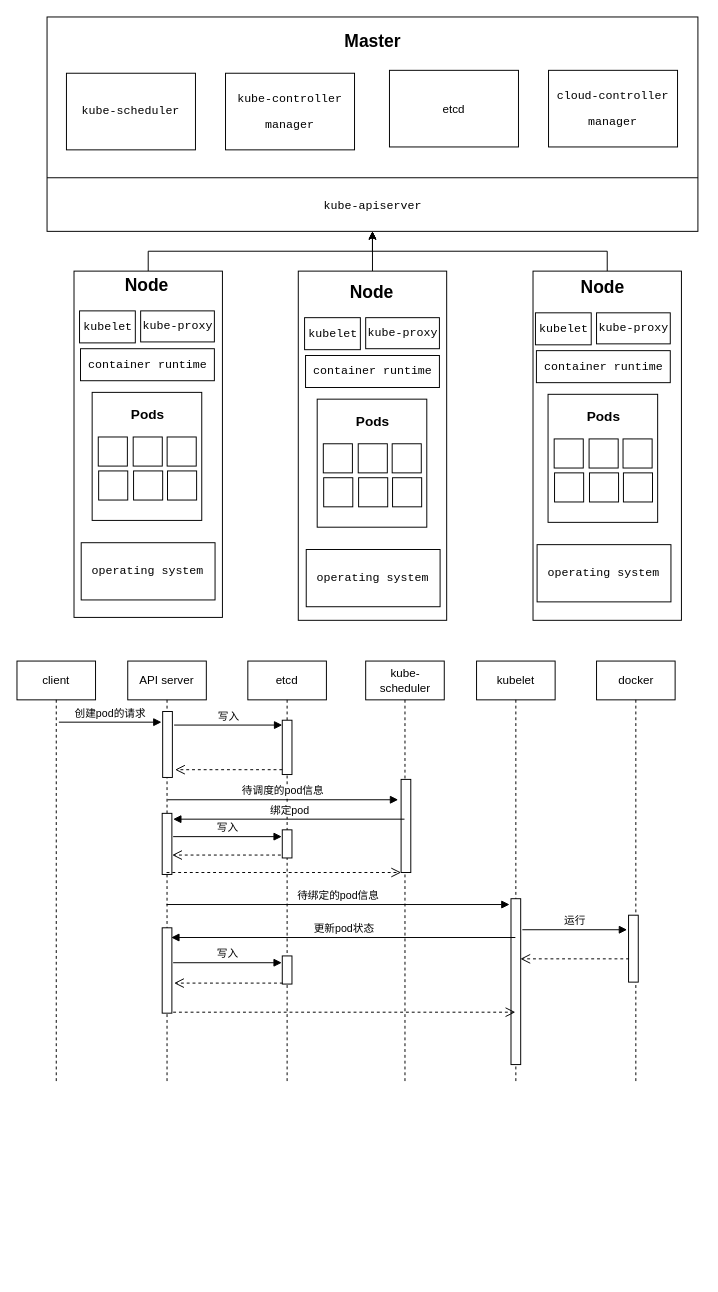
The draw.io diagram graduation_thesis.drawio in lmqqqqqq/drawio, before the edit. Source tidied: cells renumbered, new cells numbered last; positions are measured from the earlier drawing's top-left corner, leaving out a move shared by most shapes. Both pictures are drawn from the tidied source at 97%, with x=0, y=0 at pixel (16, 16).
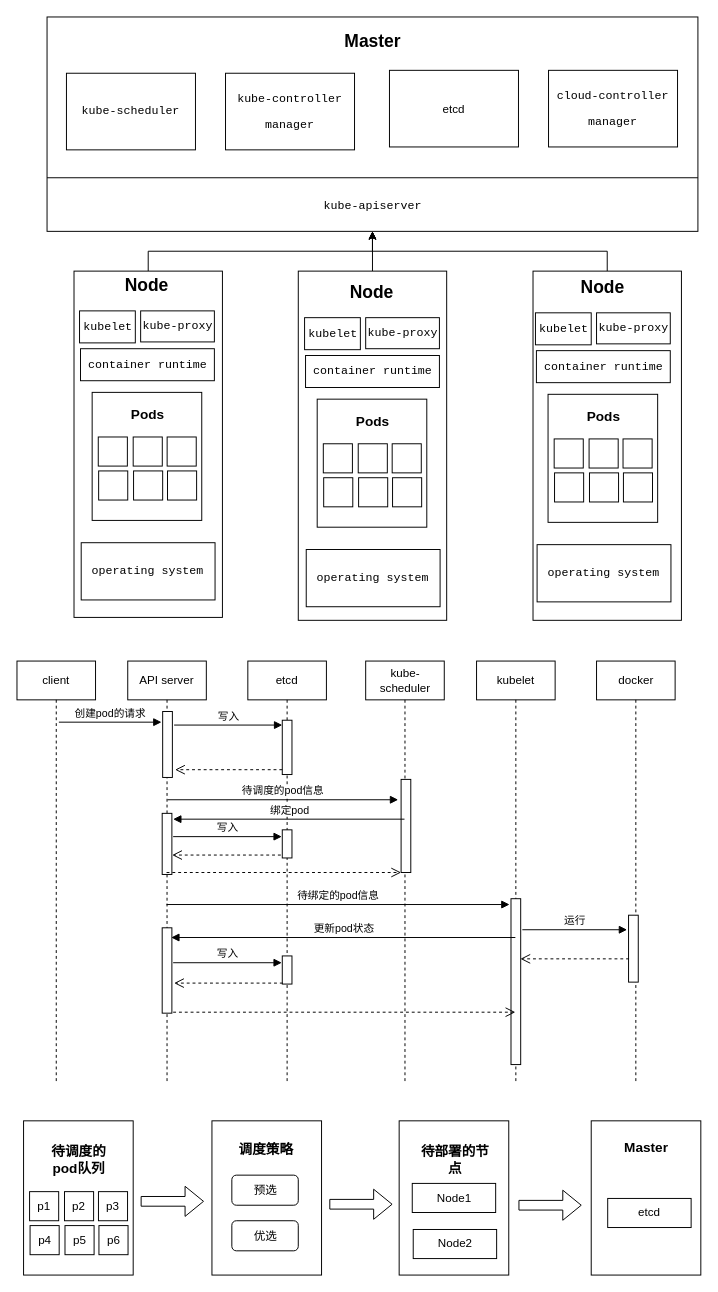
After the change.

Change to the diagram source:
```diff
@@
+    <mxCell id="85" value="&lt;pre&gt;&lt;br&gt;&lt;/pre&gt;" style="rounded=0;whiteSpace=wrap;html=1;" parent="1" vertex="1">
+      <mxGeometry x="6.8" y="1138" width="113" height="159" as="geometry" />
+    </mxCell>
+    <mxCell id="86" value="&lt;h3&gt;待调度的pod队列&lt;/h3&gt;" style="text;strokeColor=none;align=center;fillColor=none;html=1;verticalAlign=middle;whiteSpace=wrap;rounded=0;" parent="1" vertex="1">
+      <mxGeometry x="23.2" y="1163" width="82" height="30" as="geometry" />
+    </mxCell>
+    <mxCell id="87" value="p1" style="rounded=0;whiteSpace=wrap;html=1;" parent="1" vertex="1">
+      <mxGeometry x="13" y="1211" width="30" height="30" as="geometry" />
+    </mxCell>
+    <mxCell id="88" value="p2" style="rounded=0;whiteSpace=wrap;html=1;" parent="1" vertex="1">
+      <mxGeometry x="49" y="1211" width="30" height="30" as="geometry" />
+    </mxCell>
+    <mxCell id="89" value="p3" style="rounded=0;whiteSpace=wrap;html=1;" parent="1" vertex="1">
+      <mxGeometry x="84" y="1211" width="30" height="30" as="geometry" />
+    </mxCell>
+    <mxCell id="90" value="p4" style="rounded=0;whiteSpace=wrap;html=1;" parent="1" vertex="1">
+      <mxGeometry x="13.5" y="1246" width="30" height="30" as="geometry" />
+    </mxCell>
+    <mxCell id="91" value="p5" style="rounded=0;whiteSpace=wrap;html=1;" parent="1" vertex="1">
+      <mxGeometry x="49.5" y="1246" width="30" height="30" as="geometry" />
+    </mxCell>
+    <mxCell id="92" value="p6" style="rounded=0;whiteSpace=wrap;html=1;" parent="1" vertex="1">
+      <mxGeometry x="84.5" y="1246" width="30" height="30" as="geometry" />
+    </mxCell>
+    <mxCell id="93" style="shape=flexArrow;endArrow=classic;html=1;rounded=0;" parent="1" edge="1">
+      <mxGeometry relative="1" as="geometry">
+        <mxPoint x="127.5" y="1221" as="sourcePoint" />
+        <mxPoint x="192.8" y="1221" as="targetPoint" />
+      </mxGeometry>
+    </mxCell>
+    <mxCell id="94" value="&lt;pre&gt;&lt;br&gt;&lt;/pre&gt;" style="rounded=0;whiteSpace=wrap;html=1;" parent="1" vertex="1">
+      <mxGeometry x="201" y="1138" width="113" height="159" as="geometry" />
+    </mxCell>
+    <mxCell id="95" value="&lt;h3&gt;调度策略&lt;/h3&gt;" style="text;strokeColor=none;align=center;fillColor=none;html=1;verticalAlign=middle;whiteSpace=wrap;rounded=0;" parent="1" vertex="1">
+      <mxGeometry x="216.2" y="1153" width="82" height="30" as="geometry" />
+    </mxCell>
+    <mxCell id="96" value="预选" style="rounded=1;whiteSpace=wrap;html=1;" parent="1" vertex="1">
+      <mxGeometry x="221.5" y="1194" width="68.5" height="31" as="geometry" />
+    </mxCell>
+    <mxCell id="97" value="优选" style="rounded=1;whiteSpace=wrap;html=1;" parent="1" vertex="1">
+      <mxGeometry x="221.5" y="1241" width="68.5" height="31" as="geometry" />
+    </mxCell>
+    <mxCell id="98" style="shape=flexArrow;endArrow=classic;html=1;rounded=0;" parent="1" edge="1">
+      <mxGeometry relative="1" as="geometry">
+        <mxPoint x="322" y="1224" as="sourcePoint" />
+        <mxPoint x="387.2" y="1224" as="targetPoint" />
+      </mxGeometry>
+    </mxCell>
+    <mxCell id="99" value="&lt;pre&gt;&lt;br&gt;&lt;/pre&gt;" style="rounded=0;whiteSpace=wrap;html=1;" parent="1" vertex="1">
+      <mxGeometry x="394" y="1138" width="113" height="159" as="geometry" />
+    </mxCell>
+    <mxCell id="100" value="&lt;h3&gt;待部署的节点&lt;/h3&gt;" style="text;strokeColor=none;align=center;fillColor=none;html=1;verticalAlign=middle;whiteSpace=wrap;rounded=0;" parent="1" vertex="1">
+      <mxGeometry x="410.5" y="1163" width="82" height="30" as="geometry" />
+    </mxCell>
+    <mxCell id="101" value="Node1" style="rounded=0;whiteSpace=wrap;html=1;" parent="1" vertex="1">
+      <mxGeometry x="407.5" y="1202.5" width="86" height="30" as="geometry" />
+    </mxCell>
+    <mxCell id="102" value="Node2" style="rounded=0;whiteSpace=wrap;html=1;" parent="1" vertex="1">
+      <mxGeometry x="408.5" y="1250" width="86" height="30" as="geometry" />
+    </mxCell>
+    <mxCell id="103" style="shape=flexArrow;endArrow=classic;html=1;rounded=0;" parent="1" edge="1">
+      <mxGeometry relative="1" as="geometry">
+        <mxPoint x="517" y="1225" as="sourcePoint" />
+        <mxPoint x="582.2" y="1225" as="targetPoint" />
+      </mxGeometry>
+    </mxCell>
+    <mxCell id="104" value="&lt;pre&gt;&lt;br&gt;&lt;/pre&gt;" style="rounded=0;whiteSpace=wrap;html=1;" parent="1" vertex="1">
+      <mxGeometry x="592" y="1138" width="113" height="159" as="geometry" />
+    </mxCell>
+    <mxCell id="105" value="&lt;h3&gt;Master&lt;/h3&gt;" style="text;strokeColor=none;align=center;fillColor=none;html=1;verticalAlign=middle;whiteSpace=wrap;rounded=0;" parent="1" vertex="1">
+      <mxGeometry x="607.5" y="1151" width="82" height="30" as="geometry" />
+    </mxCell>
+    <mxCell id="106" value="etcd" style="rounded=0;whiteSpace=wrap;html=1;" parent="1" vertex="1">
+      <mxGeometry x="609" y="1218" width="86" height="30" as="geometry" />
+    </mxCell>
```
